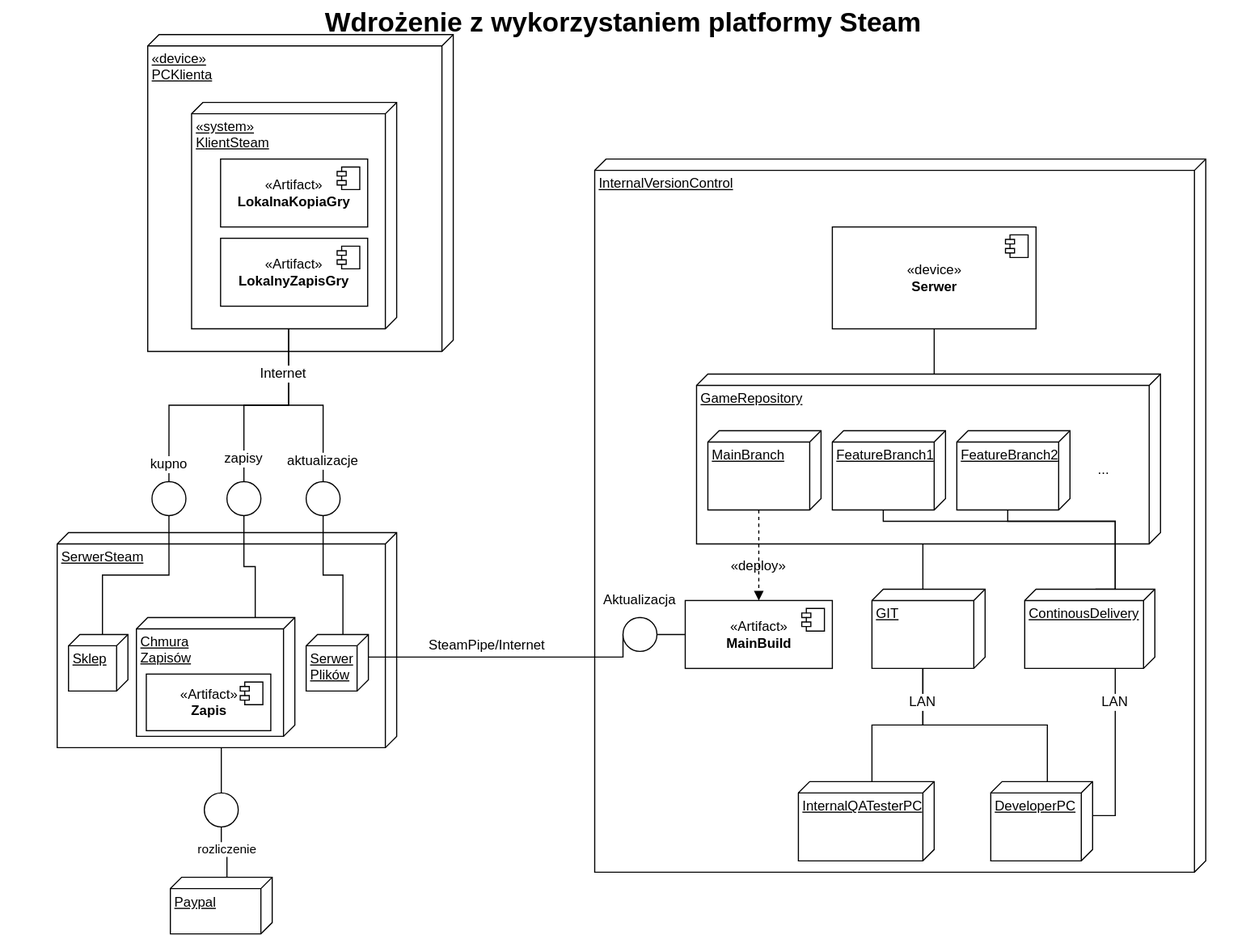
Earlier version of the draw.io export 3. dokumentacja projektowa i wdrożeniowa/d. diagramy wdrożeniowe/MayaWdrozenieDiag.svg (4cer/maya-slasher). Source tidied: cells renumbered, new cells last; positions are measured from the earlier drawing's top-left corner, leaving out a move shared by most shapes.
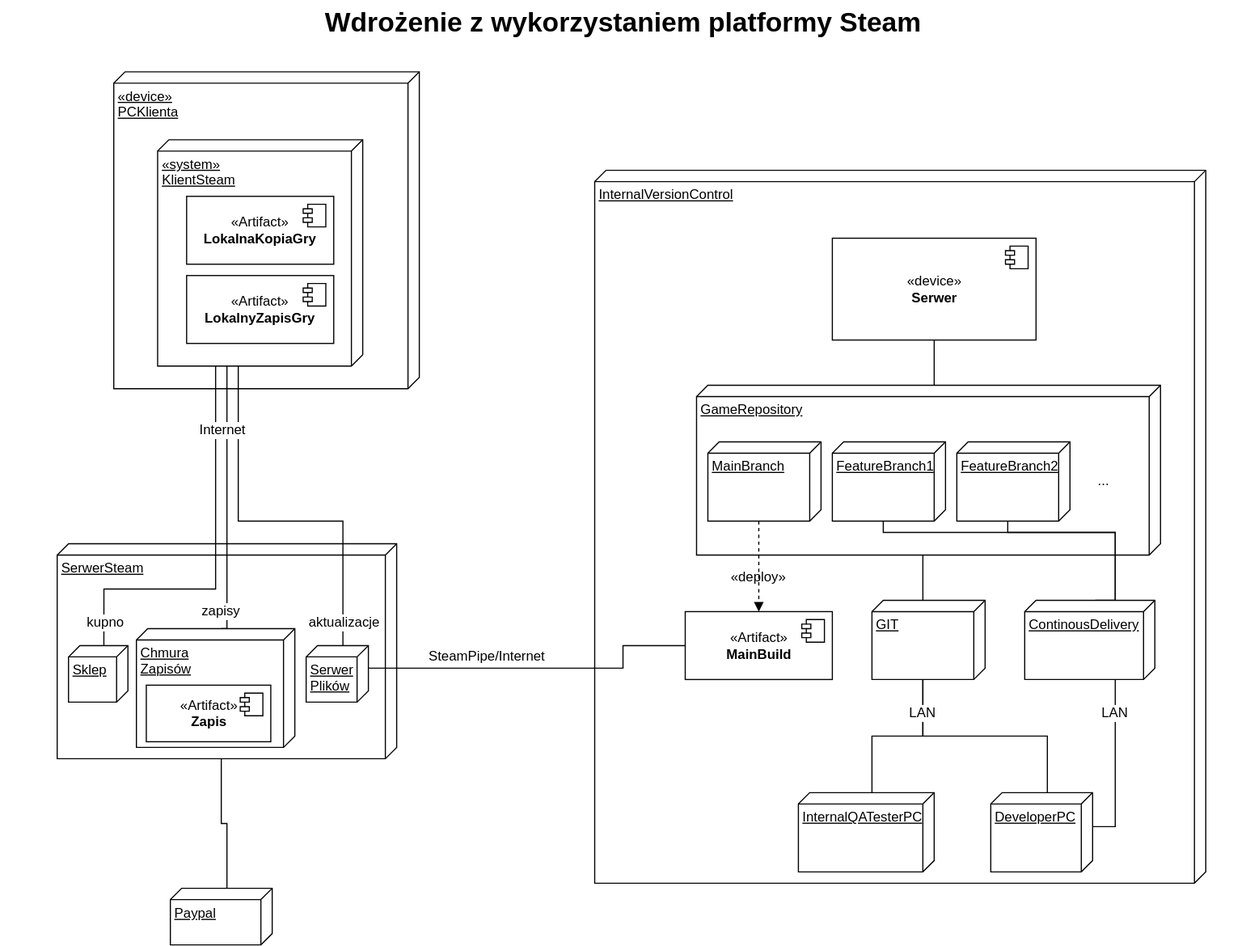
Above is the later version.

Commit message:
Aligned with requirements

What changed in the source:
```diff
@@ -3,16 +3,45 @@
     <mxCell id="0" style="html=1;" />
     <mxCell id="1" style="html=1;" parent="0" />
     <mxCell id="2" value="&lt;div&gt;«device»&lt;/div&gt;&lt;div&gt;PCKlienta&lt;/div&gt;" style="verticalAlign=top;align=left;spacingTop=8;spacingLeft=2;spacingRight=12;shape=cube;size=10;direction=south;fontStyle=4;html=1;" parent="1" vertex="1">
-      <mxGeometry x="130" y="30" width="270" height="280" as="geometry" />
+      <mxGeometry x="100" y="53" width="270" height="280" as="geometry" />
     </mxCell>
     <mxCell id="3" value="Wdrożenie z wykorzystaniem platformy Steam" style="text;strokeColor=none;fillColor=none;html=1;fontSize=24;fontStyle=1;verticalAlign=middle;align=center;" parent="1" vertex="1">
-      <mxGeometry width="1100" height="40" as="geometry" />
+      <mxGeometry y="-10" width="1100" height="40" as="geometry" />
     </mxCell>
     <mxCell id="4" value="&lt;div&gt;SerwerSteam&lt;/div&gt;" style="verticalAlign=top;align=left;spacingTop=8;spacingLeft=2;spacingRight=12;shape=cube;size=10;direction=south;fontStyle=4;html=1;" parent="1" vertex="1">
       <mxGeometry x="50" y="470" width="300" height="190" as="geometry" />
     </mxCell>
+    <mxCell id="63" style="edgeStyle=orthogonalEdgeStyle;rounded=0;jettySize=auto;html=1;exitX=0;exitY=0;exitDx=200;exitDy=95.625;exitPerimeter=0;entryX=0;entryY=0;entryDx=0;entryDy=21.25;entryPerimeter=0;endArrow=none;endFill=0;" parent="1" edge="1" source="5" target="49">
+      <mxGeometry relative="1" as="geometry">
+        <Array as="points">
+          <mxPoint x="224" y="290" />
+          <mxPoint x="190" y="290" />
+          <mxPoint x="190" y="510" />
+          <mxPoint x="91" y="510" />
+        </Array>
+      </mxGeometry>
+    </mxCell>
+    <mxCell id="64" style="edgeStyle=orthogonalEdgeStyle;rounded=0;jettySize=auto;html=1;exitX=0;exitY=0;exitDx=200;exitDy=95.625;exitPerimeter=0;entryX=0;entryY=0;entryDx=0;entryDy=65;entryPerimeter=0;endArrow=none;endFill=0;" parent="1" edge="1" source="5" target="51">
+      <mxGeometry relative="1" as="geometry">
+        <Array as="points">
+          <mxPoint x="224" y="290" />
+          <mxPoint x="200" y="290" />
+          <mxPoint x="200" y="545" />
+        </Array>
+      </mxGeometry>
+    </mxCell>
+    <mxCell id="65" style="edgeStyle=orthogonalEdgeStyle;rounded=0;jettySize=auto;html=1;exitX=0;exitY=0;exitDx=200;exitDy=95.625;exitPerimeter=0;entryX=0;entryY=0;entryDx=0;entryDy=22.5;entryPerimeter=0;endArrow=none;endFill=0;" parent="1" edge="1" source="5" target="50">
+      <mxGeometry relative="1" as="geometry">
+        <Array as="points">
+          <mxPoint x="224" y="290" />
+          <mxPoint x="210" y="290" />
+          <mxPoint x="210" y="450" />
+          <mxPoint x="303" y="450" />
+        </Array>
+      </mxGeometry>
+    </mxCell>
     <mxCell id="5" value="&lt;div&gt;«system»&lt;/div&gt;&lt;div&gt;KlientSteam&lt;/div&gt;" style="verticalAlign=top;align=left;spacingTop=8;spacingLeft=2;spacingRight=12;shape=cube;size=10;direction=south;fontStyle=4;html=1;" parent="1" vertex="1">
-      <mxGeometry x="168.8" y="90" width="181.2" height="200" as="geometry" />
+      <mxGeometry x="138.8" y="113" width="181.2" height="200" as="geometry" />
     </mxCell>
     <mxCell id="6" value="&lt;div&gt;InternalVersionControl&lt;/div&gt;" style="verticalAlign=top;align=left;spacingTop=8;spacingLeft=2;spacingRight=12;shape=cube;size=10;direction=south;fontStyle=4;html=1;" parent="1" vertex="1">
       <mxGeometry x="525" y="140" width="540" height="630" as="geometry" />
@@ -89,61 +118,20 @@
     <mxCell id="24" value="ContinousDelivery" style="verticalAlign=top;align=left;spacingTop=8;spacingLeft=2;spacingRight=12;shape=cube;size=10;direction=south;fontStyle=4;html=1;" parent="1" vertex="1">
       <mxGeometry x="905" y="520" width="115" height="70" as="geometry" />
     </mxCell>
-    <mxCell id="25" style="edgeStyle=orthogonalEdgeStyle;rounded=0;jettySize=auto;html=1;exitX=0;exitY=0;exitDx=20;exitDy=0;exitPerimeter=0;endArrow=none;endFill=0;entryX=0;entryY=0.5;entryDx=0;entryDy=0;" parent="1" edge="1" source="50" target="27">
+    <mxCell id="25" style="edgeStyle=orthogonalEdgeStyle;rounded=0;jettySize=auto;html=1;exitX=0;exitY=0;exitDx=20;exitDy=0;exitPerimeter=0;endArrow=none;endFill=0;entryX=0;entryY=0.5;entryDx=0;entryDy=0;" parent="1" edge="1" source="50" target="21">
       <mxGeometry relative="1" as="geometry">
         <Array as="points">
           <mxPoint x="550" y="580" />
+          <mxPoint x="550" y="560" />
         </Array>
       </mxGeometry>
     </mxCell>
-    <mxCell id="26" style="edgeStyle=orthogonalEdgeStyle;rounded=0;jettySize=auto;html=1;exitX=1;exitY=0.5;exitDx=0;exitDy=0;entryX=0;entryY=0.5;entryDx=0;entryDy=0;endArrow=none;endFill=0;" parent="1" edge="1" source="27" target="21">
-      <mxGeometry relative="1" as="geometry" />
-    </mxCell>
-    <mxCell id="27" style="ellipse;whiteSpace=wrap;html=1;" parent="1" vertex="1">
-      <mxGeometry x="550" y="545" width="30" height="30" as="geometry" />
-    </mxCell>
-    <mxCell id="28" value="Aktualizacja" style="text;html=1;strokeColor=none;fillColor=none;align=center;verticalAlign=middle;whiteSpace=wrap;rounded=0;labelBackgroundColor=#ffffff;" parent="1" vertex="1">
-      <mxGeometry x="545" y="520" width="40" height="20" as="geometry" />
-    </mxCell>
-    <mxCell id="29" style="edgeStyle=orthogonalEdgeStyle;rounded=0;jettySize=auto;html=1;exitX=0.5;exitY=0;exitDx=0;exitDy=0;entryX=0;entryY=0;entryDx=200;entryDy=95.625;entryPerimeter=0;endArrow=none;endFill=0;" parent="1" edge="1" source="31" target="5">
-      <mxGeometry relative="1" as="geometry" />
-    </mxCell>
-    <mxCell id="30" style="edgeStyle=orthogonalEdgeStyle;rounded=0;jettySize=auto;html=1;exitX=0.5;exitY=1;exitDx=0;exitDy=0;entryX=0;entryY=0;entryDx=0;entryDy=22.5;entryPerimeter=0;endFill=0;endArrow=none;" parent="1" edge="1" source="31" target="49">
-      <mxGeometry relative="1" as="geometry" />
-    </mxCell>
-    <mxCell id="31" style="ellipse;whiteSpace=wrap;html=1;" parent="1" vertex="1">
-      <mxGeometry x="133.8" y="425" width="30" height="30" as="geometry" />
-    </mxCell>
-    <mxCell id="32" style="edgeStyle=orthogonalEdgeStyle;rounded=0;jettySize=auto;html=1;exitX=0.5;exitY=1;exitDx=0;exitDy=0;entryX=0;entryY=0;entryDx=0;entryDy=22.5;entryPerimeter=0;endFill=0;endArrow=none;" parent="1" edge="1" source="34" target="50">
-      <mxGeometry relative="1" as="geometry" />
-    </mxCell>
-    <mxCell id="33" style="edgeStyle=orthogonalEdgeStyle;rounded=0;jettySize=auto;html=1;exitX=0.5;exitY=0;exitDx=0;exitDy=0;entryX=0;entryY=0;entryDx=200;entryDy=95.625;entryPerimeter=0;endFill=0;endArrow=none;" parent="1" edge="1" source="34" target="5">
-      <mxGeometry relative="1" as="geometry" />
-    </mxCell>
-    <mxCell id="34" style="ellipse;whiteSpace=wrap;html=1;" parent="1" vertex="1">
-      <mxGeometry x="270" y="425" width="30" height="30" as="geometry" />
-    </mxCell>
-    <mxCell id="35" style="edgeStyle=orthogonalEdgeStyle;rounded=0;jettySize=auto;html=1;exitX=0.5;exitY=1;exitDx=0;exitDy=0;entryX=0;entryY=0;entryDx=0;entryDy=35;entryPerimeter=0;endFill=0;endArrow=none;" parent="1" edge="1" source="37" target="51">
-      <mxGeometry relative="1" as="geometry" />
-    </mxCell>
-    <mxCell id="36" style="edgeStyle=orthogonalEdgeStyle;rounded=0;jettySize=auto;html=1;exitX=0.5;exitY=0;exitDx=0;exitDy=0;entryX=0;entryY=0;entryDx=200;entryDy=95.625;entryPerimeter=0;endFill=0;endArrow=none;" parent="1" edge="1" source="37" target="5">
-      <mxGeometry relative="1" as="geometry" />
-    </mxCell>
-    <mxCell id="37" style="ellipse;whiteSpace=wrap;html=1;" parent="1" vertex="1">
-      <mxGeometry x="200" y="425" width="30" height="30" as="geometry" />
-    </mxCell>
     <mxCell id="38" value="&lt;div&gt;Paypal&lt;/div&gt;" style="verticalAlign=top;align=left;spacingTop=8;spacingLeft=2;spacingRight=12;shape=cube;size=10;direction=south;fontStyle=4;html=1;" parent="1" vertex="1">
       <mxGeometry x="150" y="774.5" width="90" height="50" as="geometry" />
     </mxCell>
-    <mxCell id="39" style="edgeStyle=orthogonalEdgeStyle;rounded=0;jettySize=auto;html=1;exitX=0.5;exitY=0;exitDx=0;exitDy=0;entryX=0;entryY=0;entryDx=190;entryDy=155;entryPerimeter=0;endFill=0;endArrow=none;" parent="1" edge="1" source="41" target="4">
-      <mxGeometry relative="1" as="geometry" />
-    </mxCell>
-    <mxCell id="40" style="edgeStyle=orthogonalEdgeStyle;rounded=0;jettySize=auto;html=1;exitX=0.5;exitY=1;exitDx=0;exitDy=0;entryX=0;entryY=0;entryDx=0;entryDy=40;entryPerimeter=0;endFill=0;endArrow=none;" parent="1" edge="1" source="41" target="38">
+    <mxCell id="40" style="edgeStyle=orthogonalEdgeStyle;rounded=0;jettySize=auto;html=1;exitX=0;exitY=0;exitDx=190;exitDy=155;entryX=0;entryY=0;entryDx=0;entryDy=40;entryPerimeter=0;endFill=0;endArrow=none;exitPerimeter=0;" parent="1" edge="1" source="4" target="38">
       <mxGeometry relative="1" as="geometry" />
     </mxCell>
-    <mxCell id="41" style="ellipse;whiteSpace=wrap;html=1;" parent="1" vertex="1">
-      <mxGeometry x="180" y="700" width="30" height="30" as="geometry" />
-    </mxCell>
     <mxCell id="42" style="edgeStyle=orthogonalEdgeStyle;rounded=0;jettySize=auto;html=1;exitX=0.5;exitY=1;exitDx=0;exitDy=0;entryX=0;entryY=0;entryDx=0;entryDy=200;entryPerimeter=0;endArrow=none;endFill=0;" parent="1" edge="1" source="43" target="8">
       <mxGeometry relative="1" as="geometry" />
     </mxCell>
@@ -177,19 +165,16 @@
       <mxGeometry x="120" y="545" width="140" height="105" as="geometry" />
     </mxCell>
     <mxCell id="52" value="aktualizacje" style="text;html=1;strokeColor=none;fillColor=none;align=center;verticalAlign=middle;whiteSpace=wrap;rounded=0;labelBackgroundColor=#ffffff;" parent="1" vertex="1">
-      <mxGeometry x="265" y="397" width="40" height="20" as="geometry" />
+      <mxGeometry x="284.4" y="530" width="40" height="20" as="geometry" />
     </mxCell>
-    <mxCell id="53" value="rozliczenie" style="text;html=1;strokeColor=none;fillColor=none;align=center;verticalAlign=middle;whiteSpace=wrap;rounded=0;labelBackgroundColor=#ffffff;fontSize=11;endFill=0;endArrow=none;" parent="1" vertex="1">
-      <mxGeometry x="172.5" y="740" width="55" height="20" as="geometry" />
-    </mxCell>
     <mxCell id="54" value="&lt;div&gt;Internet&lt;/div&gt;" style="text;html=1;strokeColor=none;fillColor=none;align=center;verticalAlign=middle;whiteSpace=wrap;rounded=0;labelBackgroundColor=#ffffff;" parent="1" vertex="1">
-      <mxGeometry x="230" y="320" width="40" height="20" as="geometry" />
+      <mxGeometry x="164.4" y="360" width="65" height="20" as="geometry" />
     </mxCell>
     <mxCell id="55" value="&lt;div&gt;kupno&lt;/div&gt;" style="text;html=1;strokeColor=none;fillColor=none;align=center;verticalAlign=middle;whiteSpace=wrap;rounded=0;labelBackgroundColor=#ffffff;" parent="1" vertex="1">
-      <mxGeometry x="128.8" y="400" width="40" height="20" as="geometry" />
+      <mxGeometry x="72.5" y="530" width="40" height="20" as="geometry" />
     </mxCell>
     <mxCell id="56" value="zapisy" style="text;html=1;strokeColor=none;fillColor=none;align=center;verticalAlign=middle;whiteSpace=wrap;rounded=0;labelBackgroundColor=#ffffff;" parent="1" vertex="1">
-      <mxGeometry x="190" y="395" width="50" height="20" as="geometry" />
+      <mxGeometry x="170" y="520" width="50" height="20" as="geometry" />
     </mxCell>
     <mxCell id="57" value="«Artifact»&lt;br&gt;&lt;b&gt;Zapis&lt;/b&gt;" style="html=1;" parent="1" vertex="1">
       <mxGeometry x="128.8" y="595" width="110" height="50" as="geometry" />
@@ -200,7 +185,7 @@
       </mxGeometry>
     </mxCell>
     <mxCell id="59" value="«Artifact»&lt;br&gt;&lt;b&gt;LokalnaKopiaGry&lt;/b&gt;" style="html=1;" parent="1" vertex="1">
-      <mxGeometry x="194.4" y="140" width="130" height="60" as="geometry" />
+      <mxGeometry x="164.4" y="163" width="130" height="60" as="geometry" />
     </mxCell>
     <mxCell id="60" style="shape=component;jettyWidth=8;jettyHeight=4;" parent="59" vertex="1">
       <mxGeometry x="1" width="20" height="20" relative="1" as="geometry">
@@ -208,7 +193,7 @@
       </mxGeometry>
     </mxCell>
     <mxCell id="61" value="«Artifact»&lt;br&gt;&lt;b&gt;LokalnyZapisGry&lt;/b&gt;" style="html=1;" parent="1" vertex="1">
-      <mxGeometry x="194.4" y="210" width="130" height="60" as="geometry" />
+      <mxGeometry x="164.4" y="233" width="130" height="60" as="geometry" />
     </mxCell>
     <mxCell id="62" style="shape=component;jettyWidth=8;jettyHeight=4;" parent="61" vertex="1">
       <mxGeometry x="1" width="20" height="20" relative="1" as="geometry">
```
